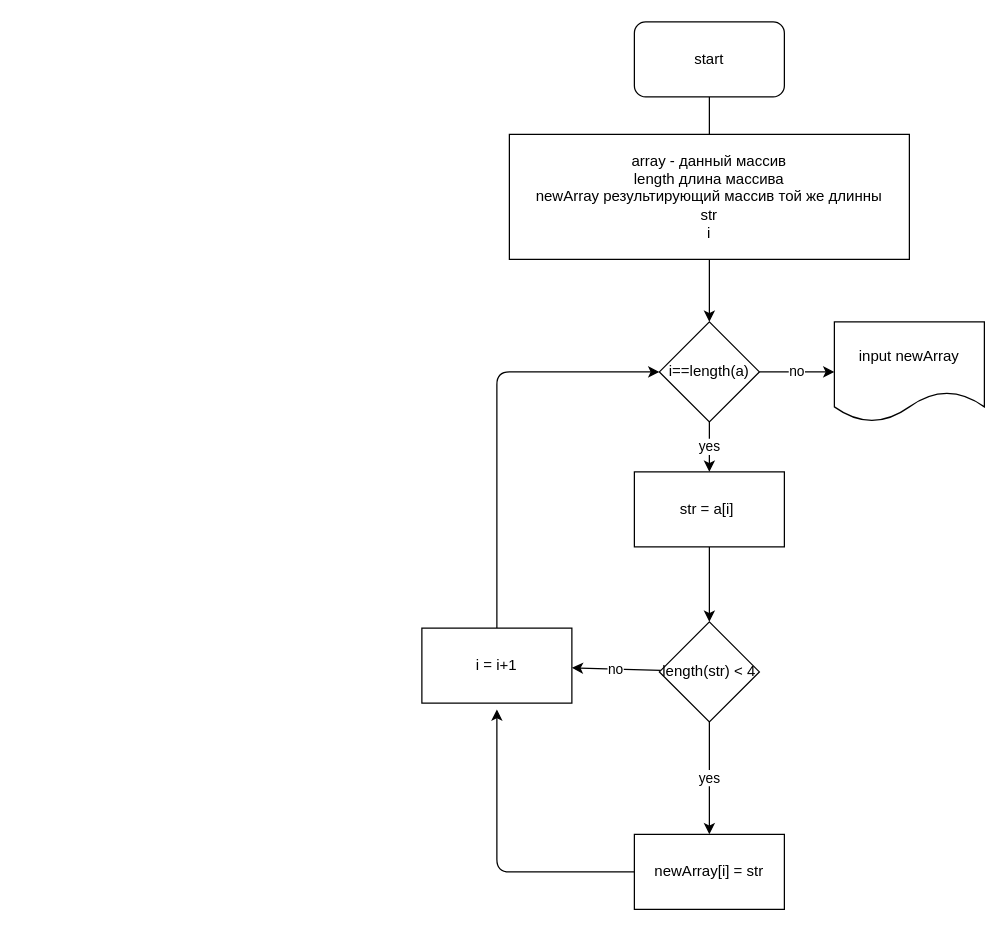
Above: block_shema.drawio in diatlovnick/Control-Work (draw.io), before the change. Source tidied: cells renumbered, new cells numbered last; positions are measured from the earlier drawing's top-left corner, leaving out a move shared by most shapes. Both pictures are drawn from the tidied source at 125%, with x=0, y=0 at pixel (421, 21).
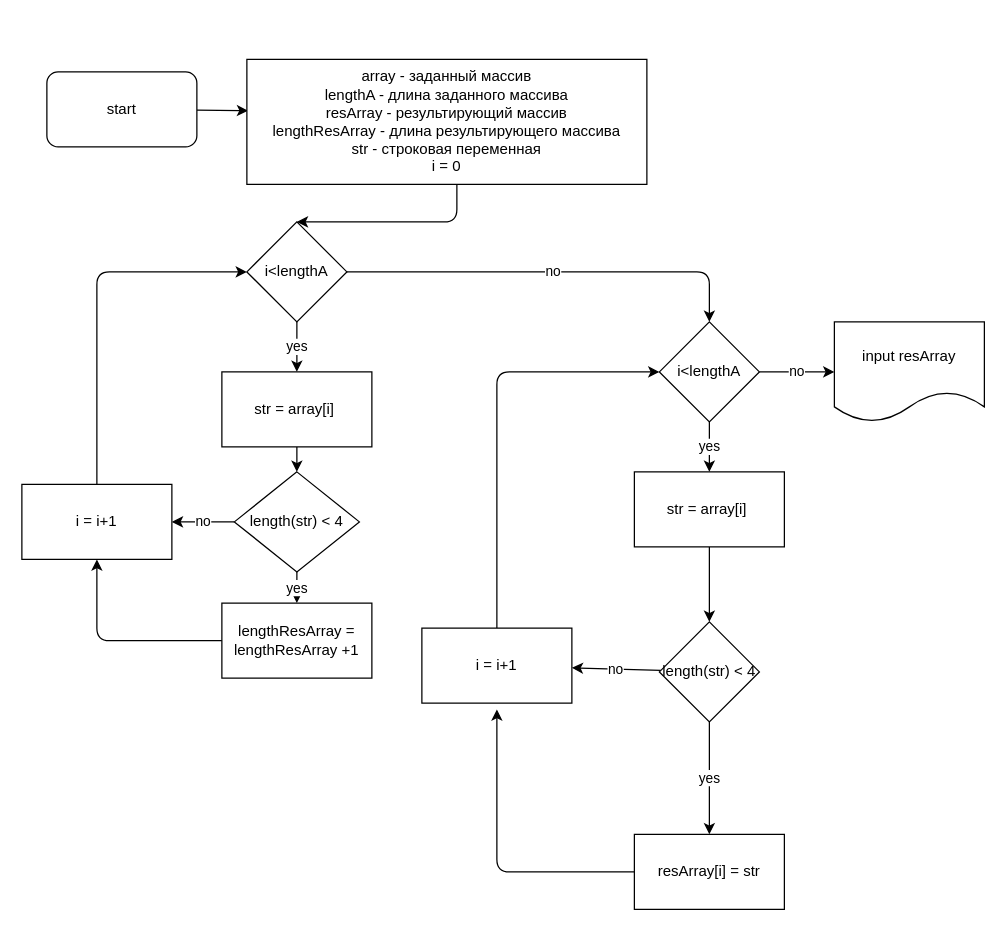
After the change.

Commit message:
поправл блок схему

What changed in the source:
```diff
@@
-    <mxCell id="2" style="edgeStyle=none;html=1;" parent="1" edge="1" source="3">
-      <mxGeometry relative="1" as="geometry">
-        <mxPoint x="230" y="110" as="targetPoint" />
-      </mxGeometry>
+    <mxCell id="2" style="edgeStyle=none;html=1;entryX=0.003;entryY=0.41;entryDx=0;entryDy=0;entryPerimeter=0;" parent="1" edge="1" source="3" target="5">
+      <mxGeometry relative="1" as="geometry" />
     </mxCell>
     <mxCell id="3" value="start" style="rounded=1;whiteSpace=wrap;html=1;" parent="1" vertex="1">
-      <mxGeometry x="170" width="120" height="60" as="geometry" />
+      <mxGeometry x="-300" y="40" width="120" height="60" as="geometry" />
     </mxCell>
-    <mxCell id="4" style="edgeStyle=none;html=1;" parent="1" edge="1" source="5">
-      <mxGeometry relative="1" as="geometry">
-        <mxPoint x="230" y="240" as="targetPoint" />
-      </mxGeometry>
-    </mxCell>
+    <mxCell id="19" style="edgeStyle=none;html=1;entryX=0.5;entryY=0;entryDx=0;entryDy=0;exitX=0.525;exitY=0.994;exitDx=0;exitDy=0;exitPerimeter=0;" parent="1" edge="1" source="5" target="24">
+      <mxGeometry relative="1" as="geometry">
+        <Array as="points">
+          <mxPoint x="28" y="160" />
+        </Array>
+      </mxGeometry>
+    </mxCell>
-    <mxCell id="5" value="array - данный массив&lt;br&gt;length длина массива&lt;br&gt;newArray результирующий массив той же длинны&lt;br&gt;str&lt;br&gt;i" style="rounded=0;whiteSpace=wrap;html=1;" parent="1" vertex="1">
-      <mxGeometry x="70" y="90" width="320" height="100" as="geometry" />
+    <mxCell id="5" value="array - заданный массив&lt;br&gt;lengthA - длина заданного массива&lt;br&gt;resArray - результирующий массив&lt;br&gt;lengthResArray - длина результирующего массива&lt;br&gt;str - строковая переменная&lt;br&gt;i = 0" style="rounded=0;whiteSpace=wrap;html=1;" parent="1" vertex="1">
+      <mxGeometry x="-140" y="30" width="320" height="100" as="geometry" />
     </mxCell>
@@
-    <mxCell id="7" value="str = a[i]&amp;nbsp;" style="rounded=0;whiteSpace=wrap;html=1;" parent="1" vertex="1">
+    <mxCell id="7" value="str = array[i]&amp;nbsp;" style="rounded=0;whiteSpace=wrap;html=1;" parent="1" vertex="1">
       <mxGeometry x="170" y="360" width="120" height="60" as="geometry" />
     </mxCell>
@@
-    <mxCell id="10" value="i==length(a)" style="rhombus;whiteSpace=wrap;html=1;" parent="1" vertex="1">
+    <mxCell id="10" value="i&amp;lt;lengthA" style="rhombus;whiteSpace=wrap;html=1;" parent="1" vertex="1">
       <mxGeometry x="190" y="240" width="80" height="80" as="geometry" />
     </mxCell>
@@
-    <mxCell id="14" value="newArray[i] = str" style="whiteSpace=wrap;html=1;" parent="1" vertex="1">
+    <mxCell id="14" value="resArray[i] = str" style="whiteSpace=wrap;html=1;" parent="1" vertex="1">
       <mxGeometry x="170" y="650" width="120" height="60" as="geometry" />
     </mxCell>
@@
-    <mxCell id="17" value="input newArray" style="shape=document;whiteSpace=wrap;html=1;boundedLbl=1;" parent="1" vertex="1">
+    <mxCell id="17" value="input resArray" style="shape=document;whiteSpace=wrap;html=1;boundedLbl=1;" parent="1" vertex="1">
       <mxGeometry x="330" y="240" width="120" height="80" as="geometry" />
     </mxCell>
@@
+    <mxCell id="20" style="edgeStyle=none;html=1;" parent="1" edge="1" source="21" target="27">
+      <mxGeometry relative="1" as="geometry" />
+    </mxCell>
+    <mxCell id="21" value="str = array[i]&amp;nbsp;" style="rounded=0;whiteSpace=wrap;html=1;" parent="1" vertex="1">
+      <mxGeometry x="-160" y="280" width="120" height="60" as="geometry" />
+    </mxCell>
+    <mxCell id="22" value="yes" style="edgeStyle=none;html=1;" parent="1" edge="1" source="24" target="21">
+      <mxGeometry relative="1" as="geometry" />
+    </mxCell>
+    <mxCell id="23" value="no" style="edgeStyle=none;html=1;entryX=0.5;entryY=0;entryDx=0;entryDy=0;" parent="1" edge="1" source="24" target="10">
+      <mxGeometry relative="1" as="geometry">
+        <Array as="points">
+          <mxPoint x="230" y="200" />
+        </Array>
+      </mxGeometry>
+    </mxCell>
+    <mxCell id="24" value="i&amp;lt;lengthA" style="rhombus;whiteSpace=wrap;html=1;" parent="1" vertex="1">
+      <mxGeometry x="-140" y="160" width="80" height="80" as="geometry" />
+    </mxCell>
+    <mxCell id="25" value="yes" style="edgeStyle=none;html=1;" parent="1" edge="1" source="27" target="28">
+      <mxGeometry relative="1" as="geometry" />
+    </mxCell>
+    <mxCell id="26" value="no" style="edgeStyle=none;html=1;" parent="1" edge="1" source="27" target="30">
+      <mxGeometry relative="1" as="geometry" />
+    </mxCell>
+    <mxCell id="27" value="length(str) &amp;lt; 4" style="rhombus;whiteSpace=wrap;html=1;" parent="1" vertex="1">
+      <mxGeometry x="-150" y="360" width="100" height="80" as="geometry" />
+    </mxCell>
+    <mxCell id="28" value="lengthResArray = lengthResArray +1" style="whiteSpace=wrap;html=1;" parent="1" vertex="1">
+      <mxGeometry x="-160" y="465" width="120" height="60" as="geometry" />
+    </mxCell>
+    <mxCell id="29" style="edgeStyle=none;html=1;entryX=0;entryY=0.5;entryDx=0;entryDy=0;" parent="1" edge="1" source="30" target="24">
+      <mxGeometry relative="1" as="geometry">
+        <Array as="points">
+          <mxPoint x="-260" y="200" />
+        </Array>
+      </mxGeometry>
+    </mxCell>
+    <mxCell id="30" value="i = i+1" style="rounded=0;whiteSpace=wrap;html=1;" parent="1" vertex="1">
+      <mxGeometry x="-320" y="370" width="120" height="60" as="geometry" />
+    </mxCell>
+    <mxCell id="31" style="endArrow=classic;html=1;exitX=0;exitY=0.5;exitDx=0;exitDy=0;entryX=0.5;entryY=1;entryDx=0;entryDy=0;" parent="1" edge="1" source="28" target="30">
+      <mxGeometry relative="1" as="geometry">
+        <Array as="points">
+          <mxPoint x="-260" y="495" />
+        </Array>
+      </mxGeometry>
+    </mxCell>
```
